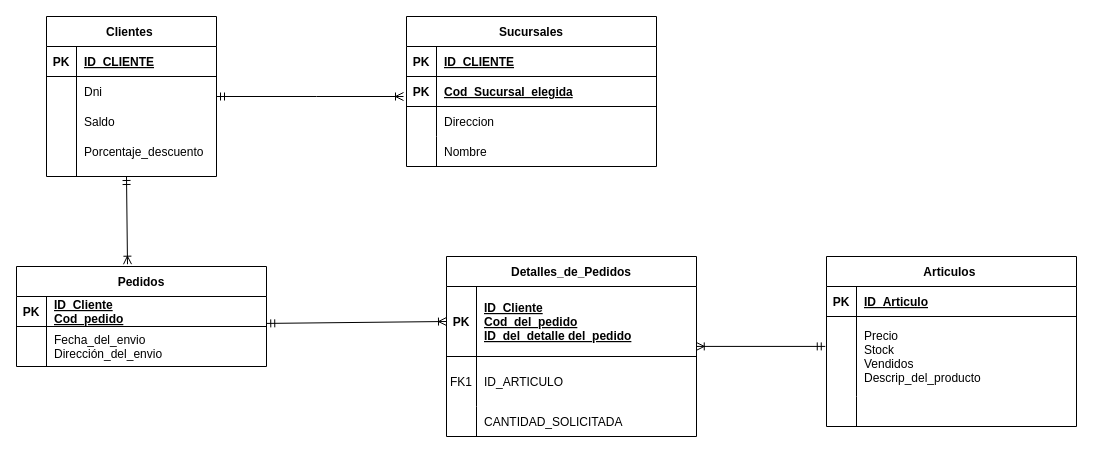
The draw.io diagram Diagrama sin título.drawio in MacarenaAmarilla/internal, before the edit. Source tidied: cells renumbered, new cells numbered last; positions are measured from the earlier drawing's top-left corner, leaving out a move shared by most shapes. Both pictures are drawn from the tidied source at 100%, with x=0, y=0 at pixel (16, 16).
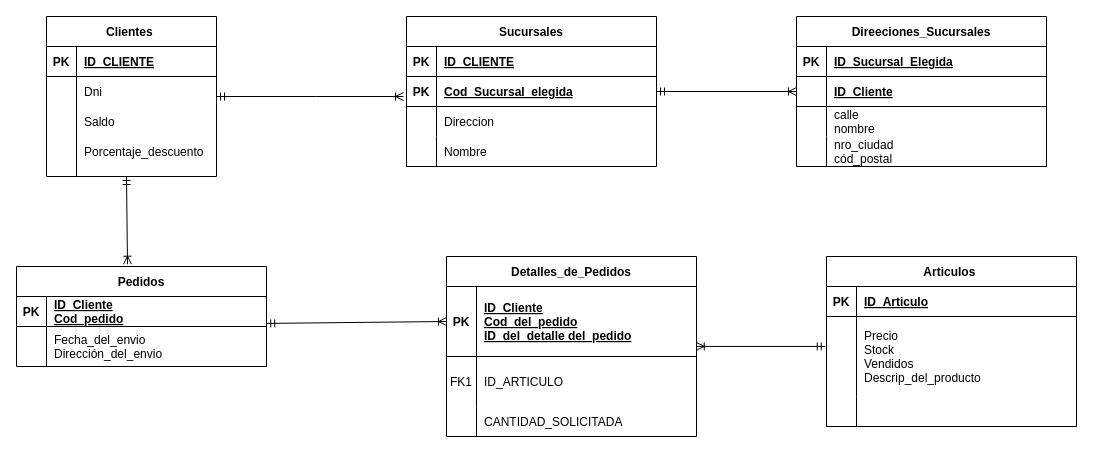
Above is the later version.

Unchanged cells that the change refers to:
```xml
<mxCell id="6" style="shape=partialRectangle;fillColor=none;points=[[0,0.5],[1,0.5]];portConstraint=eastwest;top=0;left=0;right=0;bottom=1;" parent="2" vertex="1">
  <mxGeometry y="60" width="250" height="30" as="geometry" />
</mxCell>
```

What changed in the source:
```diff
@@
+    <mxCell id="60" value="Direeciones_Sucursales" style="shape=table;startSize=30;childLayout=tableLayout;rowLines=0;fontStyle=1;align=center;" parent="1" vertex="1">
+      <mxGeometry x="780" width="250" height="150" as="geometry" />
+    </mxCell>
+    <mxCell id="61" style="shape=partialRectangle;fillColor=none;top=0;left=0;right=0;bottom=1;" parent="60" vertex="1">
+      <mxGeometry y="30" width="250" height="30" as="geometry" />
+    </mxCell>
+    <mxCell id="62" value="PK" style="shape=partialRectangle;overflow=hidden;fillColor=none;top=0;left=0;bottom=0;right=0;fontStyle=1;" parent="61" vertex="1">
+      <mxGeometry width="30" height="30" as="geometry" />
+    </mxCell>
+    <mxCell id="63" value="ID_Sucursal_Elegida" style="shape=partialRectangle;overflow=hidden;fillColor=none;top=0;left=0;bottom=0;right=0;align=left;spacingLeft=6;fontStyle=5;" parent="61" vertex="1">
+      <mxGeometry x="30" width="220" height="30" as="geometry" />
+    </mxCell>
+    <mxCell id="64" style="shape=partialRectangle;fillColor=none;points=[[0,0.5],[1,0.5]];portConstraint=eastwest;top=0;left=0;right=0;bottom=1;" parent="60" vertex="1">
+      <mxGeometry y="60" width="250" height="30" as="geometry" />
+    </mxCell>
+    <mxCell id="65" style="shape=partialRectangle;overflow=hidden;fillColor=none;top=0;left=0;bottom=0;right=0;fontStyle=1;" parent="64" vertex="1">
+      <mxGeometry width="30" height="30" as="geometry" />
+    </mxCell>
+    <mxCell id="66" value="ID_Cliente" style="shape=partialRectangle;overflow=hidden;fillColor=none;top=0;left=0;bottom=0;right=0;align=left;spacingLeft=6;fontStyle=5;" parent="64" vertex="1">
+      <mxGeometry x="30" width="220" height="30" as="geometry" />
+    </mxCell>
+    <mxCell id="67" style="shape=partialRectangle;fillColor=none;top=0;left=0;right=0;bottom=0;" parent="60" vertex="1">
+      <mxGeometry y="90" width="250" height="30" as="geometry" />
+    </mxCell>
+    <mxCell id="68" style="shape=partialRectangle;overflow=hidden;fillColor=none;top=0;left=0;bottom=0;right=0;" parent="67" vertex="1">
+      <mxGeometry width="30" height="30" as="geometry" />
+    </mxCell>
+    <mxCell id="69" value="calle&#10;nombre" style="shape=partialRectangle;overflow=hidden;fillColor=none;top=0;left=0;bottom=0;right=0;align=left;spacingLeft=6;" parent="67" vertex="1">
+      <mxGeometry x="30" width="220" height="30" as="geometry" />
+    </mxCell>
+    <mxCell id="70" style="shape=partialRectangle;fillColor=none;top=0;left=0;right=0;bottom=0;" parent="60" vertex="1">
+      <mxGeometry y="120" width="250" height="30" as="geometry" />
+    </mxCell>
+    <mxCell id="71" style="shape=partialRectangle;overflow=hidden;fillColor=none;top=0;left=0;bottom=0;right=0;" parent="70" vertex="1">
+      <mxGeometry width="30" height="30" as="geometry" />
+    </mxCell>
+    <mxCell id="72" value="nro_ciudad &#10;cód_postal" style="shape=partialRectangle;overflow=hidden;fillColor=none;top=0;left=0;bottom=0;right=0;align=left;spacingLeft=6;" parent="70" vertex="1">
+      <mxGeometry x="30" width="220" height="30" as="geometry" />
+    </mxCell>
+    <mxCell id="73" style="endArrow=ERoneToMany;html=1;rounded=0;entryX=0;entryY=0.5;entryDx=0;entryDy=0;exitX=1;exitY=0.5;exitDx=0;exitDy=0;startArrow=ERmandOne;startFill=0;endFill=0;" parent="1" edge="1" source="6" target="64">
+      <mxGeometry relative="1" as="geometry" />
+    </mxCell>
```
